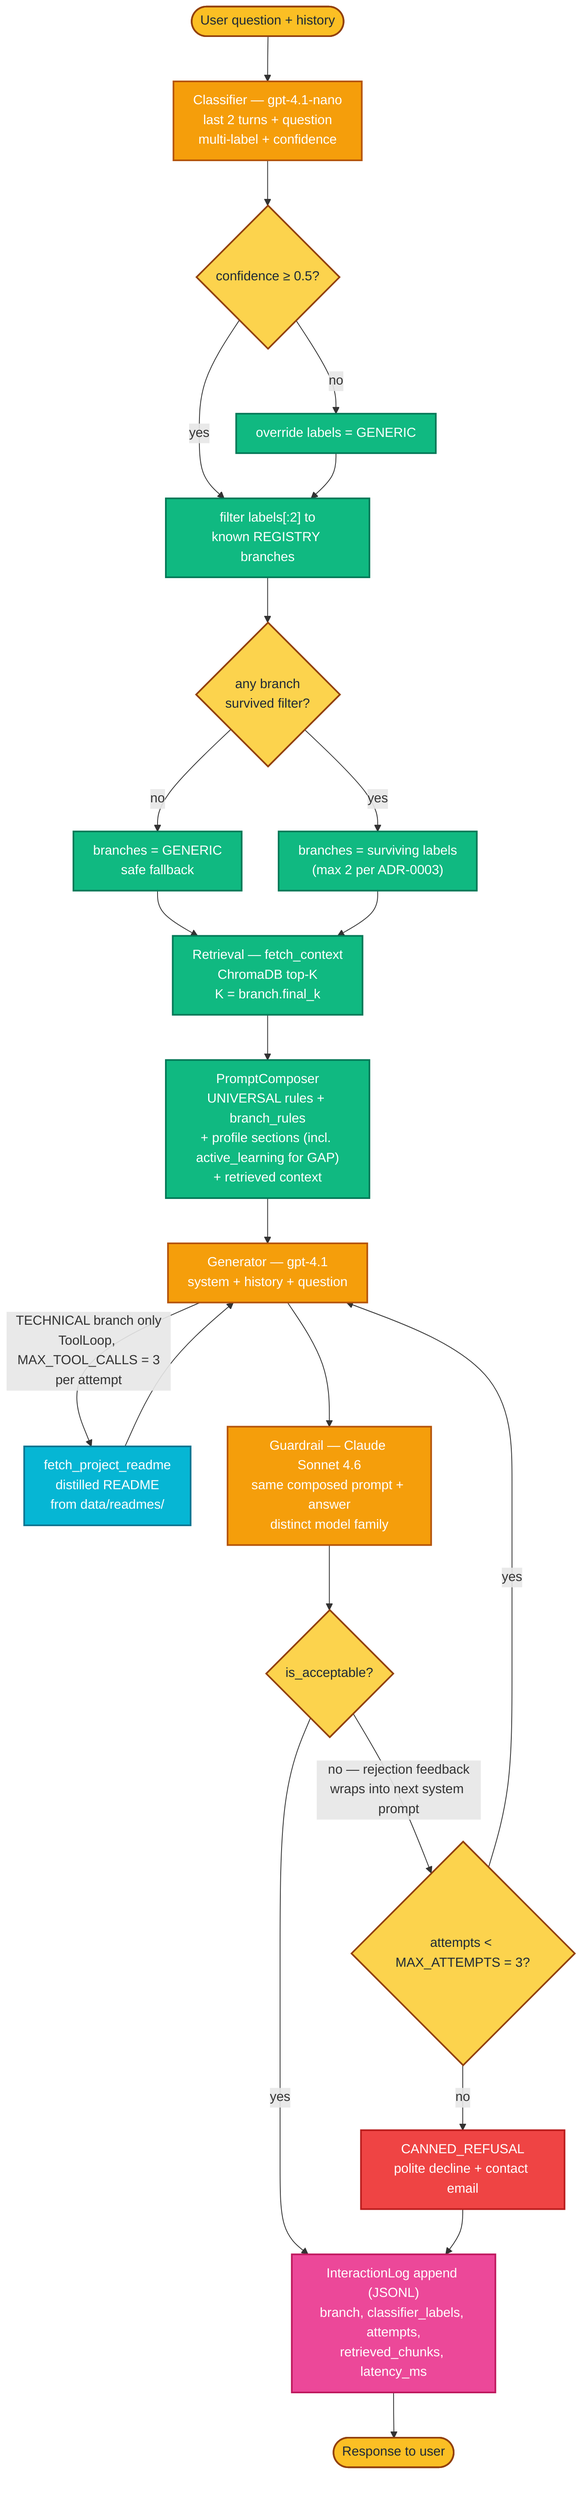
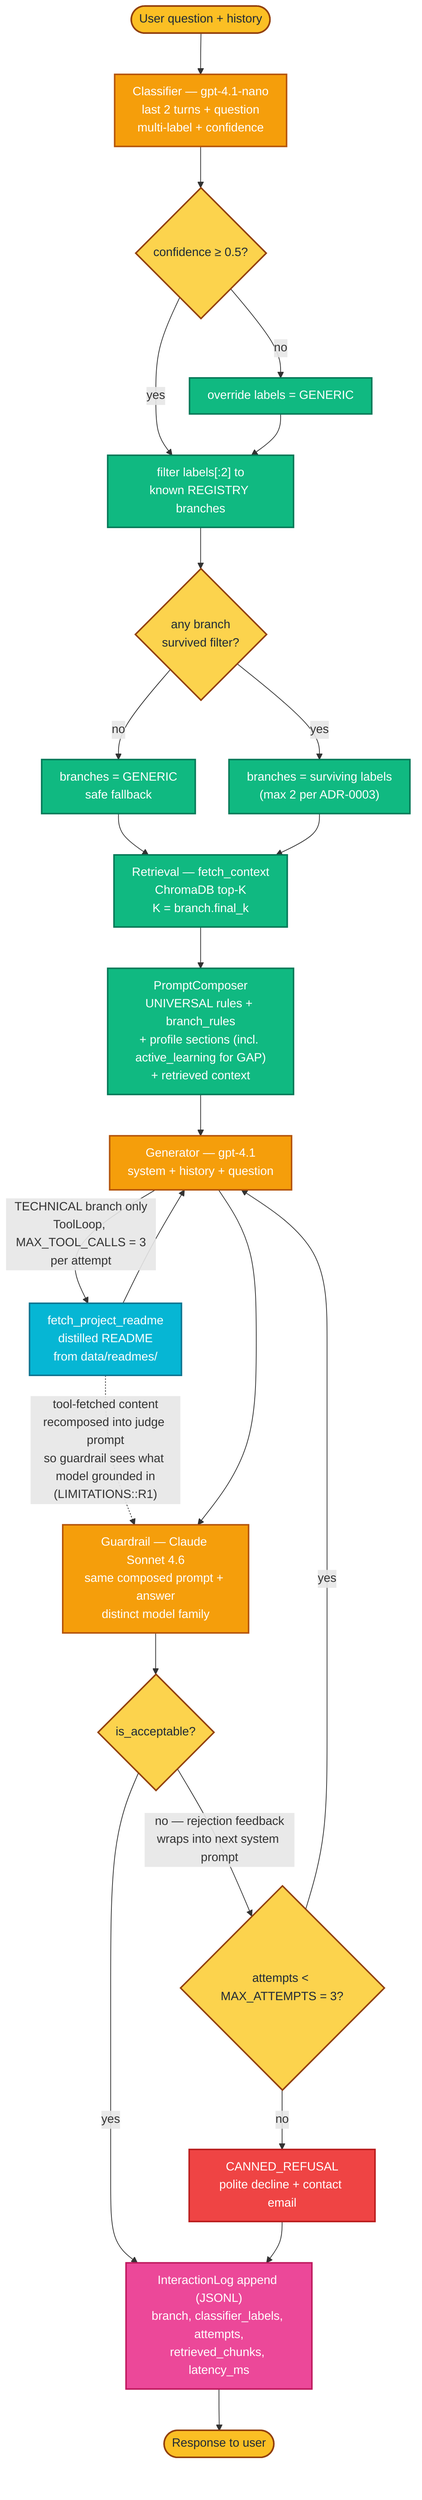
%%{init: {'flowchart': {'nodeSpacing': 45, 'rankSpacing': 55, 'curve': 'basis', 'padding': 12}}}%%
%% Hand-editable runtime pipeline diagram for the Digital Twin.
%% Edit this file whenever pipeline behaviour changes — new branch, new tool,
%% new decision point, retry policy change, new log field. After editing run:
%%   uv run python src/system_map.py
%% to regenerate docs/MAP.md and docs/MAP.html (both this diagram and the
%% auto-generated module graph).
%% Colour conventions: orange = LLM call, green = pure transform,
%% yellow = decision, pink = side effect, red = canned refusal,
%% cyan = model-callable tool (TECHNICAL branch),
%% dashed grey = future / not yet wired.
flowchart TD
  classDef io fill:#fbbf24,stroke:#92400e,color:#1f2937,stroke-width:2px
  classDef llm fill:#f59e0b,stroke:#b45309,color:#ffffff,stroke-width:2px
  classDef decision fill:#fcd34d,stroke:#92400e,color:#1f2937,stroke-width:2px
  classDef pure fill:#10b981,stroke:#047857,color:#ffffff,stroke-width:2px
  classDef sideEffect fill:#ec4899,stroke:#be185d,color:#ffffff,stroke-width:2px
  classDef refusal fill:#ef4444,stroke:#b91c1c,color:#ffffff,stroke-width:2px
  classDef tool fill:#06b6d4,stroke:#0e7490,color:#ffffff,stroke-width:2px
  classDef future fill:#cbd5e1,stroke:#64748b,color:#1f2937,stroke-width:2px,stroke-dasharray:5 4

  USER([User question + history]):::io
  USER --> CLASSIFY["Classifier — gpt-4.1-nano<br/>last 2 turns + question<br/>multi-label + confidence"]:::llm
  CLASSIFY --> CONF{"confidence &ge; 0.5?"}:::decision
  CONF -->|no| GENFALL["override labels = GENERIC"]:::pure
  CONF -->|yes| FILTER["filter labels[:2] to<br/>known REGISTRY branches"]:::pure
  GENFALL --> FILTER
  FILTER --> EMPTY{"any branch<br/>survived filter?"}:::decision
  EMPTY -->|no| GENFALL2["branches = GENERIC<br/>safe fallback"]:::pure
  EMPTY -->|yes| ROUTE["branches = surviving labels<br/>(max 2 per ADR-0003)"]:::pure
  GENFALL2 --> RETR
  ROUTE --> RETR["Retrieval — fetch_context<br/>ChromaDB top-K<br/>K = branch.final_k"]:::pure
  RETR --> COMP["PromptComposer<br/>UNIVERSAL rules + branch_rules<br/>+ profile sections (incl. active_learning for GAP)<br/>+ retrieved context"]:::pure
  COMP --> GEN["Generator — gpt-4.1<br/>system + history + question"]:::llm
  GEN -->|"TECHNICAL branch only<br/>ToolLoop, MAX_TOOL_CALLS = 3<br/>per attempt"| TOOL["fetch_project_readme<br/>distilled README<br/>from data/readmes/"]:::tool
  TOOL --> GEN
+   TOOL -.->|"tool-fetched content<br/>recomposed into judge prompt<br/>so guardrail sees what model grounded in<br/>(LIMITATIONS::R1)"| JUDGE
  GEN --> JUDGE["Guardrail — Claude Sonnet 4.6<br/>same composed prompt + answer<br/>distinct model family"]:::llm
  JUDGE --> ACCEPT{"is_acceptable?"}:::decision
  ACCEPT -->|yes| LOG["InteractionLog append (JSONL)<br/>branch, classifier_labels, attempts,<br/>retrieved_chunks, latency_ms"]:::sideEffect
  ACCEPT -->|"no — rejection feedback<br/>wraps into next system prompt"| RETRY{"attempts &lt; MAX_ATTEMPTS = 3?"}:::decision
  RETRY -->|yes| GEN
  RETRY -->|no| REFUSE["CANNED_REFUSAL<br/>polite decline + contact email"]:::refusal
  REFUSE --> LOG
  LOG --> RESP([Response to user]):::io
